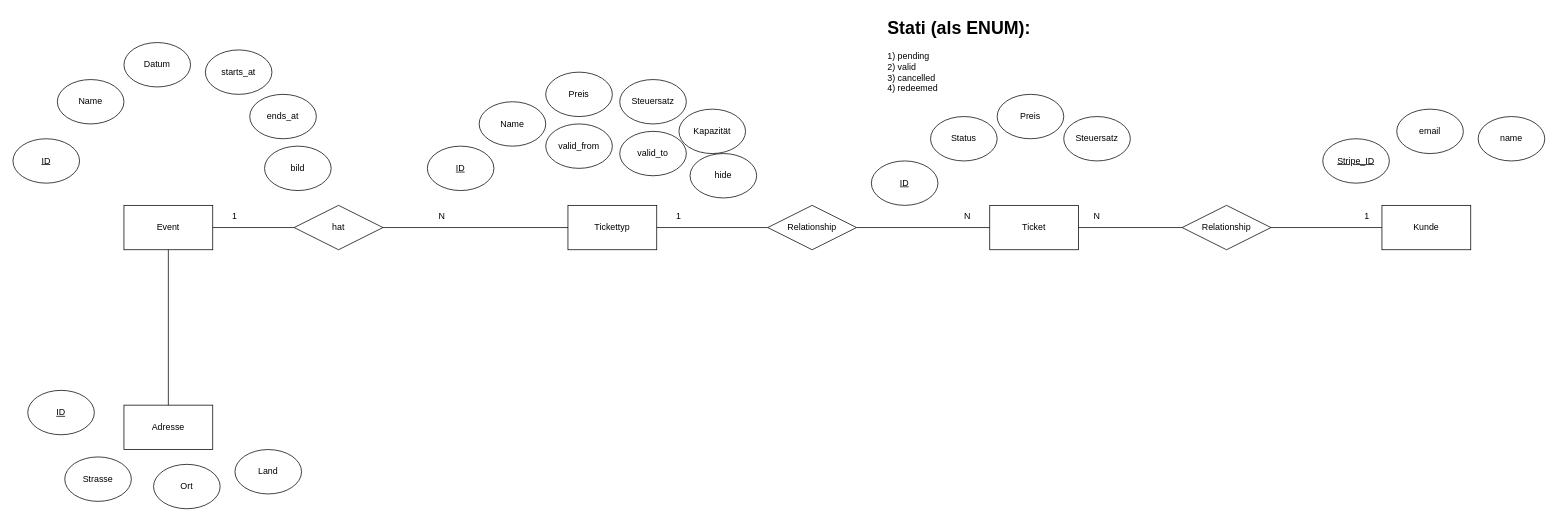
The draw.io diagram Datastructure.drawio in thi24/architecture, before the edit. Source tidied: cells renumbered, new cells numbered last; positions are measured from the earlier drawing's top-left corner, leaving out a move shared by most shapes. Both pictures are drawn from the tidied source at 74%, with x=0, y=0 at pixel (13, 13).
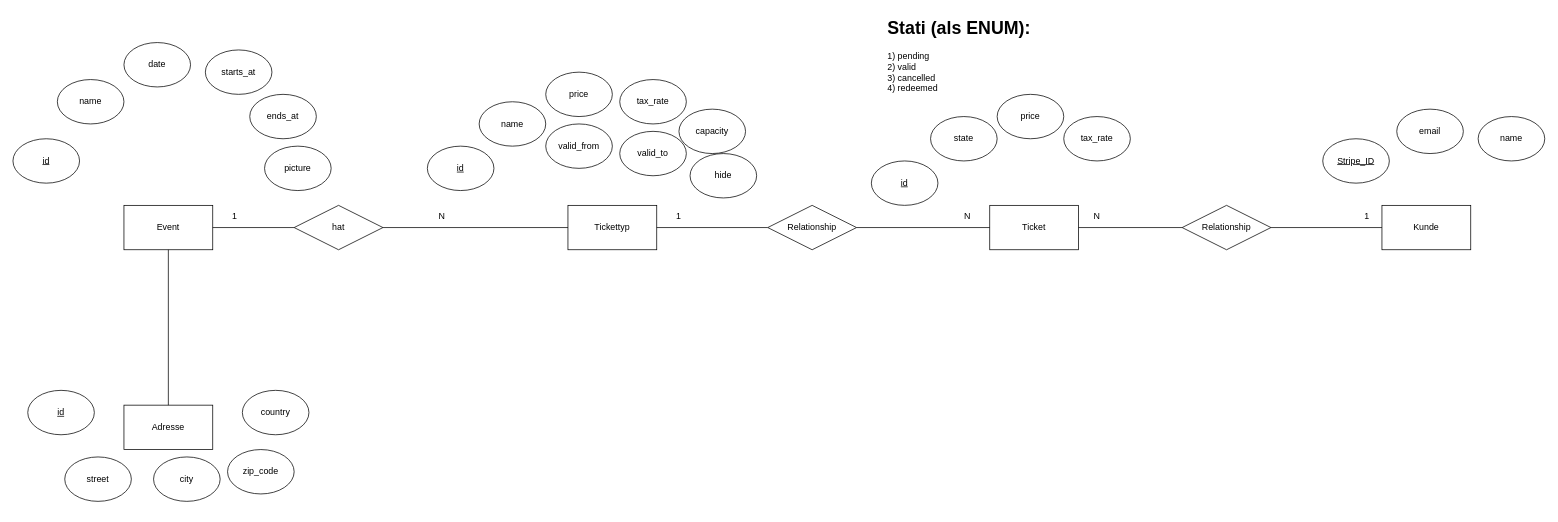
The same diagram, later.

The edit, as a diff of the source:
```diff
@@
-    <mxCell id="5" value="Name" style="ellipse;whiteSpace=wrap;html=1;" parent="1" vertex="1">
+    <mxCell id="5" value="name" style="ellipse;whiteSpace=wrap;html=1;" parent="1" vertex="1">
       <mxGeometry x="60" y="90" width="90" height="60" as="geometry" />
     </mxCell>
-    <mxCell id="6" value="Datum" style="ellipse;whiteSpace=wrap;html=1;" parent="1" vertex="1">
+    <mxCell id="6" value="date" style="ellipse;whiteSpace=wrap;html=1;" parent="1" vertex="1">
       <mxGeometry x="150" y="40" width="90" height="60" as="geometry" />
     </mxCell>
-    <mxCell id="7" value="&lt;u&gt;ID&lt;/u&gt;" style="ellipse;whiteSpace=wrap;html=1;" parent="1" vertex="1">
+    <mxCell id="7" value="&lt;u&gt;id&lt;/u&gt;" style="ellipse;whiteSpace=wrap;html=1;" parent="1" vertex="1">
       <mxGeometry y="170" width="90" height="60" as="geometry" />
     </mxCell>
@@
-    <mxCell id="10" value="bild" style="ellipse;whiteSpace=wrap;html=1;" parent="1" vertex="1">
+    <mxCell id="10" value="picture" style="ellipse;whiteSpace=wrap;html=1;" parent="1" vertex="1">
       <mxGeometry x="340" y="180" width="90" height="60" as="geometry" />
     </mxCell>
@@
-    <mxCell id="16" value="&lt;u&gt;ID&lt;/u&gt;" style="ellipse;whiteSpace=wrap;html=1;" parent="1" vertex="1">
+    <mxCell id="16" value="&lt;u&gt;id&lt;/u&gt;" style="ellipse;whiteSpace=wrap;html=1;" parent="1" vertex="1">
       <mxGeometry x="560" y="180" width="90" height="60" as="geometry" />
     </mxCell>
-    <mxCell id="17" value="Name" style="ellipse;whiteSpace=wrap;html=1;" parent="1" vertex="1">
+    <mxCell id="17" value="name" style="ellipse;whiteSpace=wrap;html=1;" parent="1" vertex="1">
       <mxGeometry x="630" y="120" width="90" height="60" as="geometry" />
     </mxCell>
-    <mxCell id="18" value="Preis" style="ellipse;whiteSpace=wrap;html=1;" parent="1" vertex="1">
+    <mxCell id="18" value="price" style="ellipse;whiteSpace=wrap;html=1;" parent="1" vertex="1">
       <mxGeometry x="720" y="80" width="90" height="60" as="geometry" />
     </mxCell>
-    <mxCell id="19" value="Steuersatz" style="ellipse;whiteSpace=wrap;html=1;" parent="1" vertex="1">
+    <mxCell id="19" value="tax_rate" style="ellipse;whiteSpace=wrap;html=1;" parent="1" vertex="1">
       <mxGeometry x="820" y="90" width="90" height="60" as="geometry" />
     </mxCell>
-    <mxCell id="20" value="Kapazität" style="ellipse;whiteSpace=wrap;html=1;" parent="1" vertex="1">
+    <mxCell id="20" value="capacity" style="ellipse;whiteSpace=wrap;html=1;" parent="1" vertex="1">
       <mxGeometry x="900" y="130" width="90" height="60" as="geometry" />
     </mxCell>
@@
-    <mxCell id="26" value="&lt;u&gt;ID&lt;/u&gt;" style="ellipse;whiteSpace=wrap;html=1;" parent="1" vertex="1">
+    <mxCell id="26" value="&lt;u&gt;id&lt;/u&gt;" style="ellipse;whiteSpace=wrap;html=1;" parent="1" vertex="1">
       <mxGeometry x="1160" y="200" width="90" height="60" as="geometry" />
     </mxCell>
-    <mxCell id="27" value="Status" style="ellipse;whiteSpace=wrap;html=1;" parent="1" vertex="1">
+    <mxCell id="27" value="state" style="ellipse;whiteSpace=wrap;html=1;" parent="1" vertex="1">
       <mxGeometry x="1240" y="140" width="90" height="60" as="geometry" />
     </mxCell>
-    <mxCell id="28" value="Preis" style="ellipse;whiteSpace=wrap;html=1;" parent="1" vertex="1">
+    <mxCell id="28" value="price" style="ellipse;whiteSpace=wrap;html=1;" parent="1" vertex="1">
       <mxGeometry x="1330" y="110" width="90" height="60" as="geometry" />
     </mxCell>
-    <mxCell id="29" value="Steuersatz" style="ellipse;whiteSpace=wrap;html=1;" parent="1" vertex="1">
+    <mxCell id="29" value="tax_rate" style="ellipse;whiteSpace=wrap;html=1;" parent="1" vertex="1">
       <mxGeometry x="1420" y="140" width="90" height="60" as="geometry" />
     </mxCell>
@@
-    <mxCell id="45" value="&lt;u&gt;ID&lt;/u&gt;" style="ellipse;whiteSpace=wrap;html=1;" parent="1" vertex="1">
+    <mxCell id="45" value="&lt;u&gt;id&lt;/u&gt;" style="ellipse;whiteSpace=wrap;html=1;" parent="1" vertex="1">
       <mxGeometry x="20" y="510" width="90" height="60" as="geometry" />
     </mxCell>
-    <mxCell id="46" value="Strasse" style="ellipse;whiteSpace=wrap;html=1;" parent="1" vertex="1">
+    <mxCell id="46" value="street" style="ellipse;whiteSpace=wrap;html=1;" parent="1" vertex="1">
       <mxGeometry x="70" y="600" width="90" height="60" as="geometry" />
     </mxCell>
-    <mxCell id="47" value="Ort" style="ellipse;whiteSpace=wrap;html=1;" parent="1" vertex="1">
-      <mxGeometry x="190" y="610" width="90" height="60" as="geometry" />
+    <mxCell id="47" value="zip_code" style="ellipse;whiteSpace=wrap;html=1;" parent="1" vertex="1">
+      <mxGeometry x="290" y="590" width="90" height="60" as="geometry" />
     </mxCell>
-    <mxCell id="48" value="Land" style="ellipse;whiteSpace=wrap;html=1;" parent="1" vertex="1">
-      <mxGeometry x="300" y="590" width="90" height="60" as="geometry" />
+    <mxCell id="48" value="country" style="ellipse;whiteSpace=wrap;html=1;" parent="1" vertex="1">
+      <mxGeometry x="310" y="510" width="90" height="60" as="geometry" />
     </mxCell>
+    <mxCell id="49" value="city" style="ellipse;whiteSpace=wrap;html=1;" parent="1" vertex="1">
+      <mxGeometry x="190" y="600" width="90" height="60" as="geometry" />
+    </mxCell>
```
